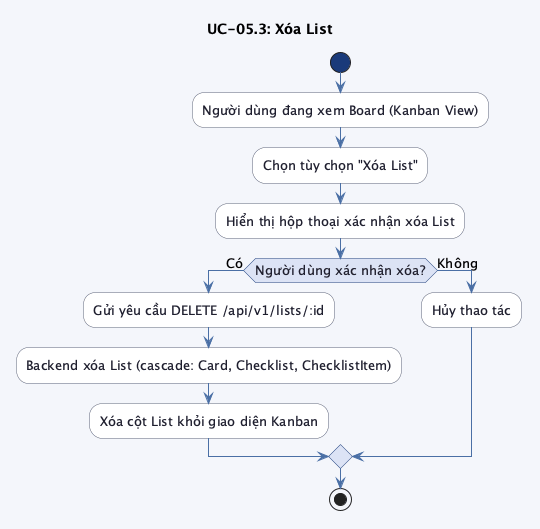
Earlier version of the PlantUML export src/images/chap3/activity_uc05_3.png (trongnhan34vn/trello-report). Source of this version:
```plantuml
@startuml activity_uc05_3

skinparam linetype ortho
skinparam defaultFontSize 13
skinparam backgroundColor #f4f6fb
skinparam activity {
    BackgroundColor #ffffff
    BorderColor #5b6279
    FontColor #1e1e2e
    ArrowColor #4a6fa5
    DiamondBackgroundColor #dce3f5
    DiamondBorderColor #1a3a7a
    DiamondFontColor #1e1e2e
    StartColor #1a3a7a
    EndColor #1a3a7a
}

title UC-05.3: Xóa List

start

:Người dùng đang xem Board (Kanban View);
:Chọn tùy chọn "Xóa List";
:Hiển thị hộp thoại xác nhận xóa List;

if (Người dùng xác nhận xóa?) then (Có)
    :Gửi yêu cầu DELETE /api/v1/lists/:id;
    :Backend xóa List (cascade: Card, Checklist, ChecklistItem);
    :Xóa cột List khỏi giao diện Kanban;
else (Không)
    :Hủy thao tác;
endif

stop

@enduml
```
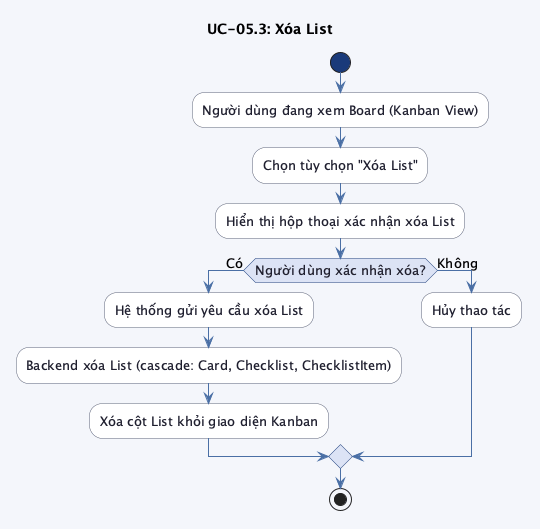
After the commit.

Diff of the diagram source:
```diff
@@ -24,7 +24,7 @@
 :Hiển thị hộp thoại xác nhận xóa List;
 
 if (Người dùng xác nhận xóa?) then (Có)
-    :Gửi yêu cầu DELETE /api/v1/lists/:id;
+    :Hệ thống gửi yêu cầu xóa List;
     :Backend xóa List (cascade: Card, Checklist, ChecklistItem);
     :Xóa cột List khỏi giao diện Kanban;
 else (Không)
```
